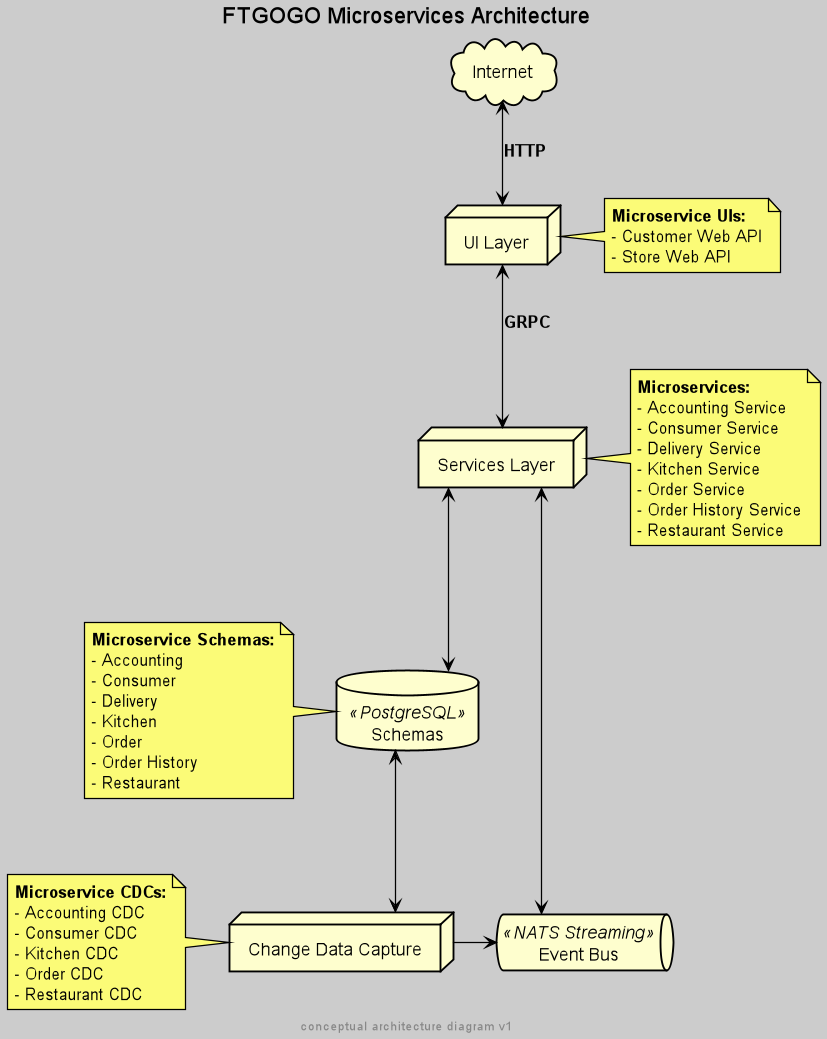
stackus/ftgogo keeps this PlantUML diagram as docs/architecture.png. Above is the earlier version.
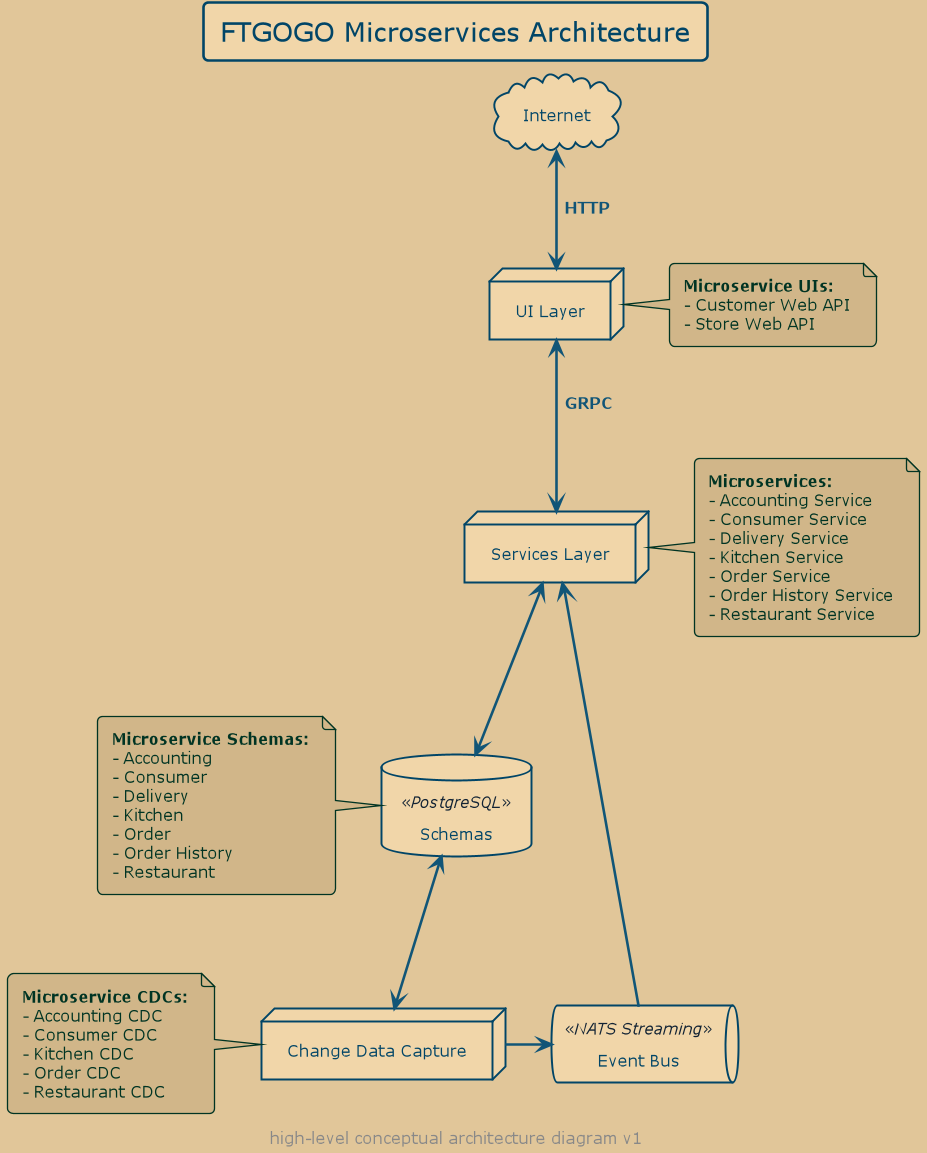
After the commit.

What changed in the source:
```diff
@@ -1,17 +1,5 @@
 @startuml
-skinparam linetype ortho
-skinparam shadowing false
-skinparam backgroundColor #ccc
-
-skinparam ArrowColor black
-skinparam ArrowFontStyle bold
-
-skinparam queue {
-  BorderColor black
-}
-skinparam note {
-  BorderColor black
-}
+!include theme.plantuml
 
 title "FTGOGO Microservices Architecture"
 
@@ -64,8 +52,8 @@
 svc <--> db
 db <--> cdc
 cdc -> events
-svc <---> events
+svc <--- events
 
-footer conceptual architecture diagram v1
+footer high-level conceptual architecture diagram v1
 
 @enduml
```
